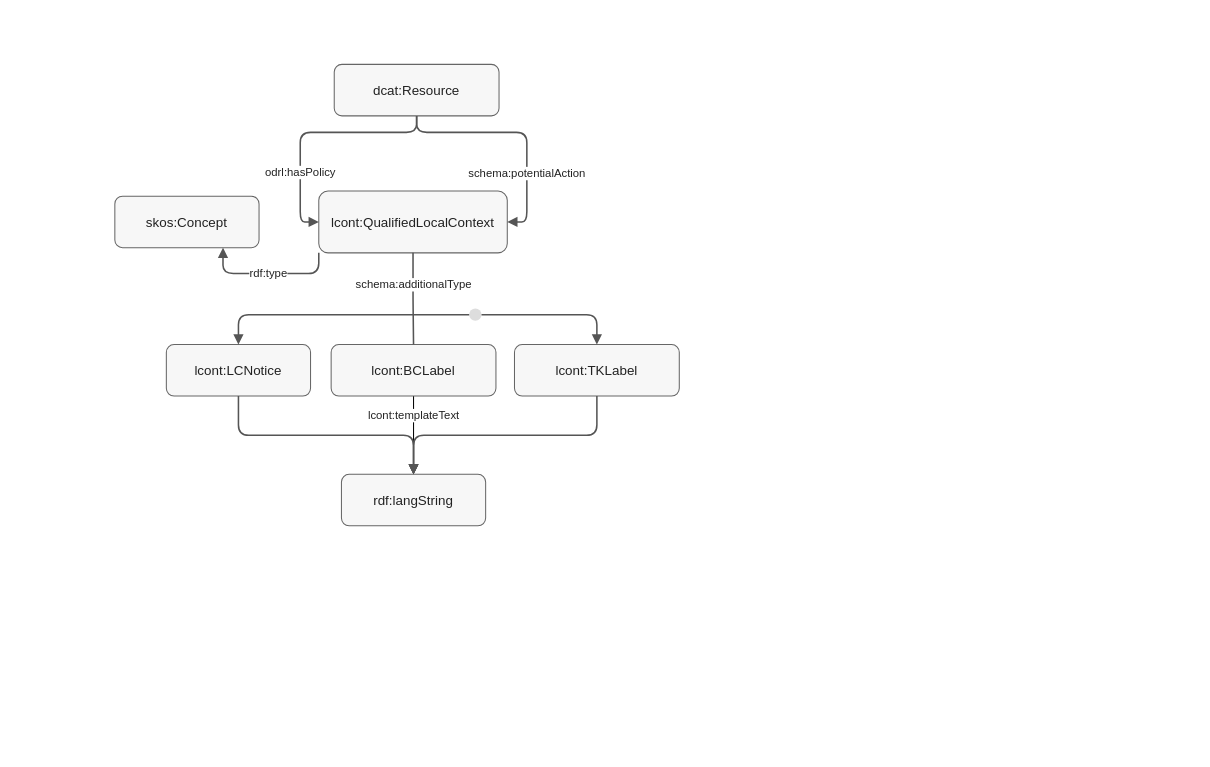
This is resources/images/lc-model.drawio from idn-au/idn-catalogue-profile, a draw.io file, before an edit. Source tidied: cells renumbered, new cells numbered last; positions are measured from the earlier drawing's top-left corner, leaving out a move shared by most shapes. Both pictures are drawn from the tidied source at 103%, with x=0, y=0 at pixel (114, 64).
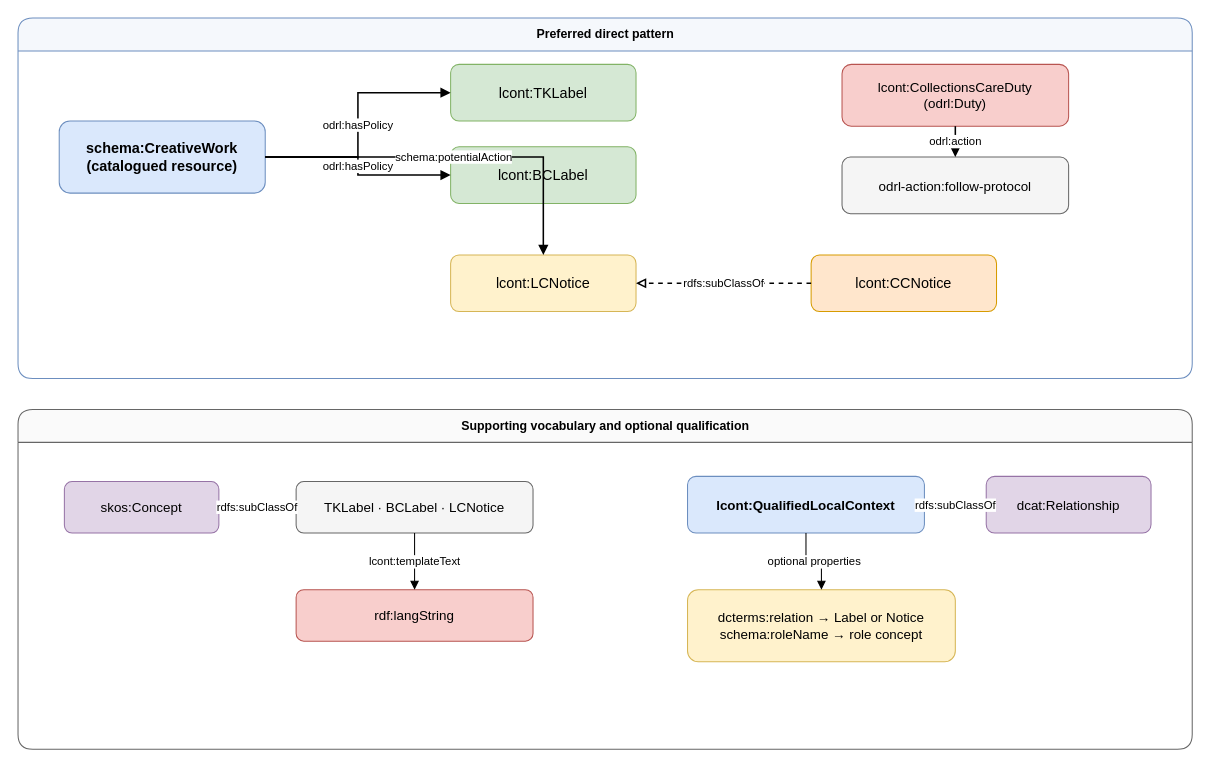
After the change.

Commit message (it also covers changes not shown here):
Update Local Context model specification

Diff of the diagram source:
```diff
@@
-    <mxCell id="2" value="dcat:Resource" style="rounded=1;whiteSpace=wrap;html=1;fillColor=#f7f7f7;strokeColor=#666666;fontColor=#222222;fontSize=13;strokeWidth=1;" parent="1" vertex="1">
-      <mxGeometry x="213" width="160" height="50" as="geometry" />
-    </mxCell>
+    <mxCell id="19" value="Preferred direct pattern" style="swimlane;html=1;rounded=1;startSize=32;fillColor=#f5f8fc;strokeColor=#6c8ebf;fontStyle=1;" parent="1" vertex="1">
+      <mxGeometry x="-94" y="-45" width="1140" height="350" as="geometry" />
+    </mxCell>
+    <mxCell id="20" value="schema:CreativeWork&#10;(catalogued resource)" style="rounded=1;whiteSpace=wrap;html=1;fillColor=#dae8fc;strokeColor=#6c8ebf;fontSize=14;fontStyle=1;" parent="19" vertex="1">
+      <mxGeometry x="40" y="100" width="200" height="70" as="geometry" />
+    </mxCell>
+    <mxCell id="9" value="lcont:TKLabel" style="rounded=1;whiteSpace=wrap;html=1;fillColor=#d5e8d4;strokeColor=#82b366;fontSize=14;" parent="19" vertex="1">
+      <mxGeometry x="420" y="45" width="180" height="55" as="geometry" />
+    </mxCell>
+    <mxCell id="8" value="lcont:BCLabel" style="rounded=1;whiteSpace=wrap;html=1;fillColor=#d5e8d4;strokeColor=#82b366;fontSize=14;" parent="19" vertex="1">
+      <mxGeometry x="420" y="125" width="180" height="55" as="geometry" />
+    </mxCell>
+    <mxCell id="6" value="lcont:LCNotice" style="rounded=1;whiteSpace=wrap;html=1;fillColor=#fff2cc;strokeColor=#d6b656;fontSize=14;" parent="19" vertex="1">
+      <mxGeometry x="420" y="230" width="180" height="55" as="geometry" />
+    </mxCell>
+    <mxCell id="21" value="lcont:CCNotice" style="rounded=1;whiteSpace=wrap;html=1;fillColor=#ffe6cc;strokeColor=#d79b00;fontSize=14;" parent="19" vertex="1">
+      <mxGeometry x="770" y="230" width="180" height="55" as="geometry" />
+    </mxCell>
+    <mxCell id="22" value="lcont:CollectionsCareDuty&#10;(odrl:Duty)" style="rounded=1;whiteSpace=wrap;html=1;fillColor=#f8cecc;strokeColor=#b85450;fontSize=13;" parent="19" vertex="1">
+      <mxGeometry x="800" y="45" width="220" height="60" as="geometry" />
+    </mxCell>
+    <mxCell id="23" value="odrl-action:follow-protocol" style="rounded=1;whiteSpace=wrap;html=1;fillColor=#f5f5f5;strokeColor=#666666;fontSize=13;" parent="19" vertex="1">
+      <mxGeometry x="800" y="135" width="220" height="55" as="geometry" />
+    </mxCell>
+    <mxCell id="24" value="odrl:hasPolicy" style="edgeStyle=orthogonalEdgeStyle;rounded=0;html=1;endArrow=block;endFill=1;strokeWidth=1.5;" parent="19" edge="1" source="20" target="9">
+      <mxGeometry relative="1" as="geometry" />
+    </mxCell>
+    <mxCell id="25" value="odrl:hasPolicy" style="edgeStyle=orthogonalEdgeStyle;rounded=0;html=1;endArrow=block;endFill=1;strokeWidth=1.5;" parent="19" edge="1" source="20" target="8">
+      <mxGeometry relative="1" as="geometry" />
+    </mxCell>
+    <mxCell id="12" value="schema:potentialAction" style="edgeStyle=orthogonalEdgeStyle;rounded=0;html=1;endArrow=block;endFill=1;strokeWidth=1.5;" parent="19" edge="1" source="20" target="6">
+      <mxGeometry relative="1" as="geometry" />
+    </mxCell>
+    <mxCell id="26" value="rdfs:subClassOf" style="edgeStyle=orthogonalEdgeStyle;rounded=0;html=1;endArrow=block;endFill=0;dashed=1;strokeWidth=1.5;" parent="19" edge="1" source="21" target="6">
+      <mxGeometry relative="1" as="geometry" />
+    </mxCell>
+    <mxCell id="27" value="odrl:action" style="edgeStyle=orthogonalEdgeStyle;rounded=0;html=1;endArrow=block;endFill=1;strokeWidth=1.5;" parent="19" edge="1" source="22" target="23">
+      <mxGeometry relative="1" as="geometry" />
+    </mxCell>
+    <mxCell id="28" value="Supporting vocabulary and optional qualification" style="swimlane;html=1;rounded=1;startSize=32;fillColor=#fafafa;strokeColor=#666666;fontStyle=1;" parent="1" vertex="1">
+      <mxGeometry x="-94" y="335" width="1140" height="330" as="geometry" />
+    </mxCell>
+    <mxCell id="4" value="skos:Concept" style="rounded=1;whiteSpace=wrap;html=1;fillColor=#e1d5e7;strokeColor=#9673a6;fontSize=13;" parent="28" vertex="1">
+      <mxGeometry x="45" y="70" width="150" height="50" as="geometry" />
+    </mxCell>
+    <mxCell id="29" value="TKLabel · BCLabel · LCNotice" style="rounded=1;whiteSpace=wrap;html=1;fillColor=#f5f5f5;strokeColor=#666666;fontSize=13;" parent="28" vertex="1">
+      <mxGeometry x="270" y="70" width="230" height="50" as="geometry" />
+    </mxCell>
+    <mxCell id="5" value="rdf:langString" style="rounded=1;whiteSpace=wrap;html=1;fillColor=#f8cecc;strokeColor=#b85450;fontSize=13;" parent="28" vertex="1">
+      <mxGeometry x="270" y="175" width="230" height="50" as="geometry" />
+    </mxCell>
-    <mxCell id="3" value="lcont:QualifiedLocalContext" style="rounded=1;whiteSpace=wrap;html=1;fillColor=#f7f7f7;strokeColor=#666666;fontColor=#222222;fontSize=13;strokeWidth=1;" parent="1" vertex="1">
-      <mxGeometry x="198" y="123" width="183" height="60" as="geometry" />
+    <mxCell id="3" value="lcont:QualifiedLocalContext" style="rounded=1;whiteSpace=wrap;html=1;fillColor=#dae8fc;strokeColor=#6c8ebf;fontSize=13;fontStyle=1;" parent="28" vertex="1">
+      <mxGeometry x="650" y="65" width="230" height="55" as="geometry" />
     </mxCell>
-    <mxCell id="4" value="skos:Concept" style="rounded=1;whiteSpace=wrap;html=1;fillColor=#f7f7f7;strokeColor=#666666;fontColor=#222222;fontSize=13;strokeWidth=1;" parent="1" vertex="1">
-      <mxGeometry y="128" width="140" height="50" as="geometry" />
-    </mxCell>
-    <mxCell id="5" value="rdf:langString" style="rounded=1;whiteSpace=wrap;html=1;fillColor=#f7f7f7;strokeColor=#666666;fontColor=#222222;fontSize=13;strokeWidth=1;" parent="1" vertex="1">
-      <mxGeometry x="220" y="398" width="140" height="50" as="geometry" />
-    </mxCell>
-    <mxCell id="6" value="lcont:LCNotice" style="rounded=1;whiteSpace=wrap;html=1;fillColor=#f7f7f7;strokeColor=#666666;fontColor=#222222;fontSize=13;strokeWidth=1;" parent="1" vertex="1">
-      <mxGeometry x="50" y="272" width="140" height="50" as="geometry" />
-    </mxCell>
-    <mxCell id="7" style="edgeStyle=orthogonalEdgeStyle;rounded=0;jettySize=auto;html=1;exitX=0.5;exitY=1;exitDx=0;exitDy=0;entryX=0.5;entryY=0;entryDx=0;entryDy=0;" parent="1" edge="1" source="8" target="5">
-      <mxGeometry relative="1" as="geometry" />
-    </mxCell>
-    <mxCell id="8" value="lcont:BCLabel" style="rounded=1;whiteSpace=wrap;html=1;fillColor=#f7f7f7;strokeColor=#666666;fontColor=#222222;fontSize=13;strokeWidth=1;" parent="1" vertex="1">
-      <mxGeometry x="210" y="272" width="160" height="50" as="geometry" />
-    </mxCell>
-    <mxCell id="9" value="lcont:TKLabel" style="rounded=1;whiteSpace=wrap;html=1;fillColor=#f7f7f7;strokeColor=#666666;fontColor=#222222;fontSize=13;strokeWidth=1;" parent="1" vertex="1">
-      <mxGeometry x="388" y="272" width="160" height="50" as="geometry" />
-    </mxCell>
-    <mxCell id="10" style="ellipse;whiteSpace=wrap;html=1;fillColor=#dddddd;strokeColor=none;" parent="1" vertex="1">
-      <mxGeometry x="344" y="237" width="12" height="12" as="geometry" />
-    </mxCell>
-    <mxCell id="11" value="odrl:hasPolicy" style="edgeStyle=orthogonalEdgeStyle;rounded=1;jettySize=auto;html=1;strokeColor=#555555;fontColor=#222222;fontSize=11;strokeWidth=1.5;endArrow=block;endFill=1;" parent="1" edge="1" source="2" target="3">
-      <mxGeometry x="0.44" relative="1" as="geometry">
-        <Array as="points">
-          <mxPoint x="180" y="66" />
-        </Array>
-      </mxGeometry>
-    </mxCell>
-    <mxCell id="12" value="schema:potentialAction" style="edgeStyle=orthogonalEdgeStyle;rounded=1;jettySize=auto;html=1;strokeColor=#555555;fontColor=#222222;fontSize=11;strokeWidth=1.5;endArrow=block;endFill=1;" parent="1" edge="1" source="2" target="3">
-      <mxGeometry x="0.42" relative="1" as="geometry">
-        <Array as="points">
-          <mxPoint x="400" y="66" />
-        </Array>
-      </mxGeometry>
-    </mxCell>
-    <mxCell id="13" value="rdf:type" style="edgeStyle=orthogonalEdgeStyle;rounded=1;jettySize=auto;html=1;strokeColor=#555555;fontColor=#222222;fontSize=11;strokeWidth=1.5;endArrow=block;endFill=1;exitX=0;exitY=1;exitDx=0;exitDy=0;entryX=0.75;entryY=1;entryDx=0;entryDy=0;" parent="1" edge="1" source="3" target="4">
-      <mxGeometry relative="1" as="geometry" />
-    </mxCell>
+    <mxCell id="30" value="dcat:Relationship" style="rounded=1;whiteSpace=wrap;html=1;fillColor=#e1d5e7;strokeColor=#9673a6;fontSize=13;" parent="28" vertex="1">
+      <mxGeometry x="940" y="65" width="160" height="55" as="geometry" />
+    </mxCell>
+    <mxCell id="31" value="dcterms:relation → Label or Notice&#10;schema:roleName → role concept" style="rounded=1;whiteSpace=wrap;html=1;fillColor=#fff2cc;strokeColor=#d6b656;fontSize=13;" parent="28" vertex="1">
+      <mxGeometry x="650" y="175" width="260" height="70" as="geometry" />
+    </mxCell>
+    <mxCell id="32" value="rdfs:subClassOf" style="edgeStyle=orthogonalEdgeStyle;rounded=0;html=1;endArrow=block;endFill=0;dashed=1;" parent="28" edge="1" source="29" target="4">
+      <mxGeometry relative="1" as="geometry" />
+    </mxCell>
-    <mxCell id="14" value="lcont:templateText" style="edgeStyle=orthogonalEdgeStyle;rounded=1;jettySize=auto;html=1;strokeColor=#555555;fontColor=#222222;fontSize=11;strokeWidth=1.5;endArrow=block;endFill=1;exitX=0.5;exitY=1;exitDx=0;exitDy=0;" parent="1" edge="1" source="6" target="5">
-      <mxGeometry x="0.7" y="-20" relative="1" as="geometry">
-        <mxPoint x="20" y="-20" as="offset" />
-      </mxGeometry>
+    <mxCell id="14" value="lcont:templateText" style="edgeStyle=orthogonalEdgeStyle;rounded=0;html=1;endArrow=block;endFill=1;" parent="28" edge="1" source="29" target="5">
+      <mxGeometry relative="1" as="geometry" />
     </mxCell>
-    <mxCell id="15" value="schema:additionalType" style="edgeStyle=orthogonalEdgeStyle;rounded=1;jettySize=auto;html=1;strokeColor=#555555;fontColor=#222222;fontSize=11;strokeWidth=1.5;endArrow=none;entryX=0.5;entryY=0;entryDx=0;entryDy=0;" parent="1" edge="1" source="3" target="8">
-      <mxGeometry x="-0.31" relative="1" as="geometry" />
-    </mxCell>
-    <mxCell id="16" style="edgeStyle=orthogonalEdgeStyle;rounded=1;jettySize=auto;html=1;strokeColor=#555555;strokeWidth=1.5;endArrow=block;endFill=1;" parent="1" edge="1" source="10" target="6">
-      <mxGeometry relative="1" as="geometry" />
-    </mxCell>
-    <mxCell id="17" style="edgeStyle=orthogonalEdgeStyle;rounded=1;jettySize=auto;html=1;strokeColor=#555555;strokeWidth=1.5;endArrow=block;endFill=1;" parent="1" edge="1" source="10" target="9">
-      <mxGeometry relative="1" as="geometry" />
-    </mxCell>
-    <mxCell id="18" style="edgeStyle=orthogonalEdgeStyle;rounded=1;jettySize=auto;html=1;strokeColor=#555555;fontColor=#222222;fontSize=11;strokeWidth=1.5;endArrow=block;endFill=1;exitX=0.5;exitY=1;exitDx=0;exitDy=0;entryX=0.5;entryY=0;entryDx=0;entryDy=0;" parent="1" edge="1" source="9" target="5">
-      <mxGeometry relative="1" as="geometry" />
-    </mxCell>
+    <mxCell id="33" value="rdfs:subClassOf" style="edgeStyle=orthogonalEdgeStyle;rounded=0;html=1;endArrow=block;endFill=0;dashed=1;" parent="28" edge="1" source="3" target="30">
+      <mxGeometry relative="1" as="geometry" />
+    </mxCell>
+    <mxCell id="34" value="optional properties" style="edgeStyle=orthogonalEdgeStyle;rounded=0;html=1;endArrow=block;endFill=1;" parent="28" edge="1" source="3" target="31">
+      <mxGeometry relative="1" as="geometry" />
+    </mxCell>
```
